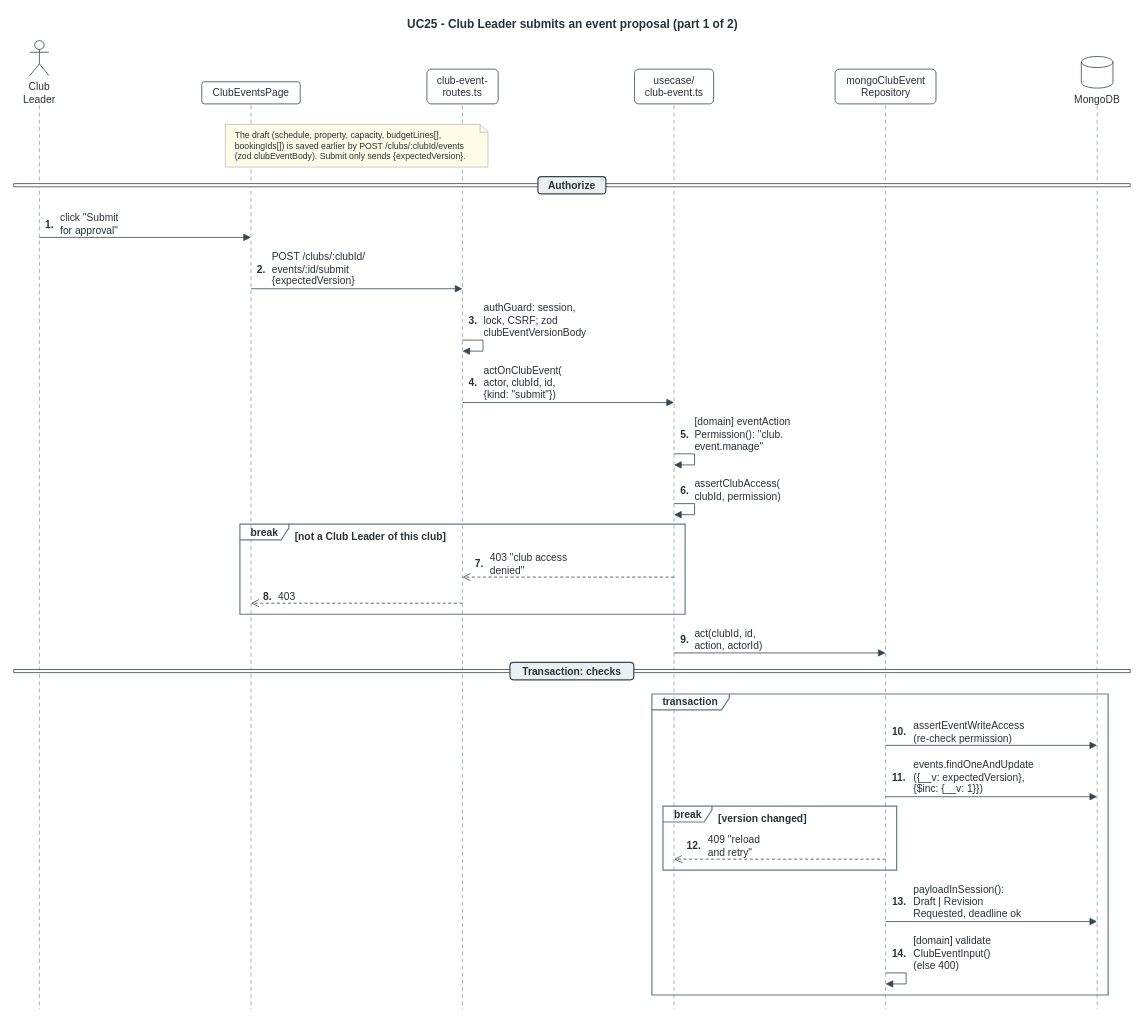
Above: page "05 Submit event proposal (1/2)" (11 of 20) of docs/03-diagrams/UCMS_Sequence_Diagrams.drawio in nvdekay/ClubManagementSystem (draw.io), before the change. Source tidied: cells renumbered, new cells numbered last; positions are measured from the earlier drawing's top-left corner, leaving out a move shared by most shapes. Both pictures are drawn from the tidied source at 79%, with x=0, y=0 at pixel (13, 13).
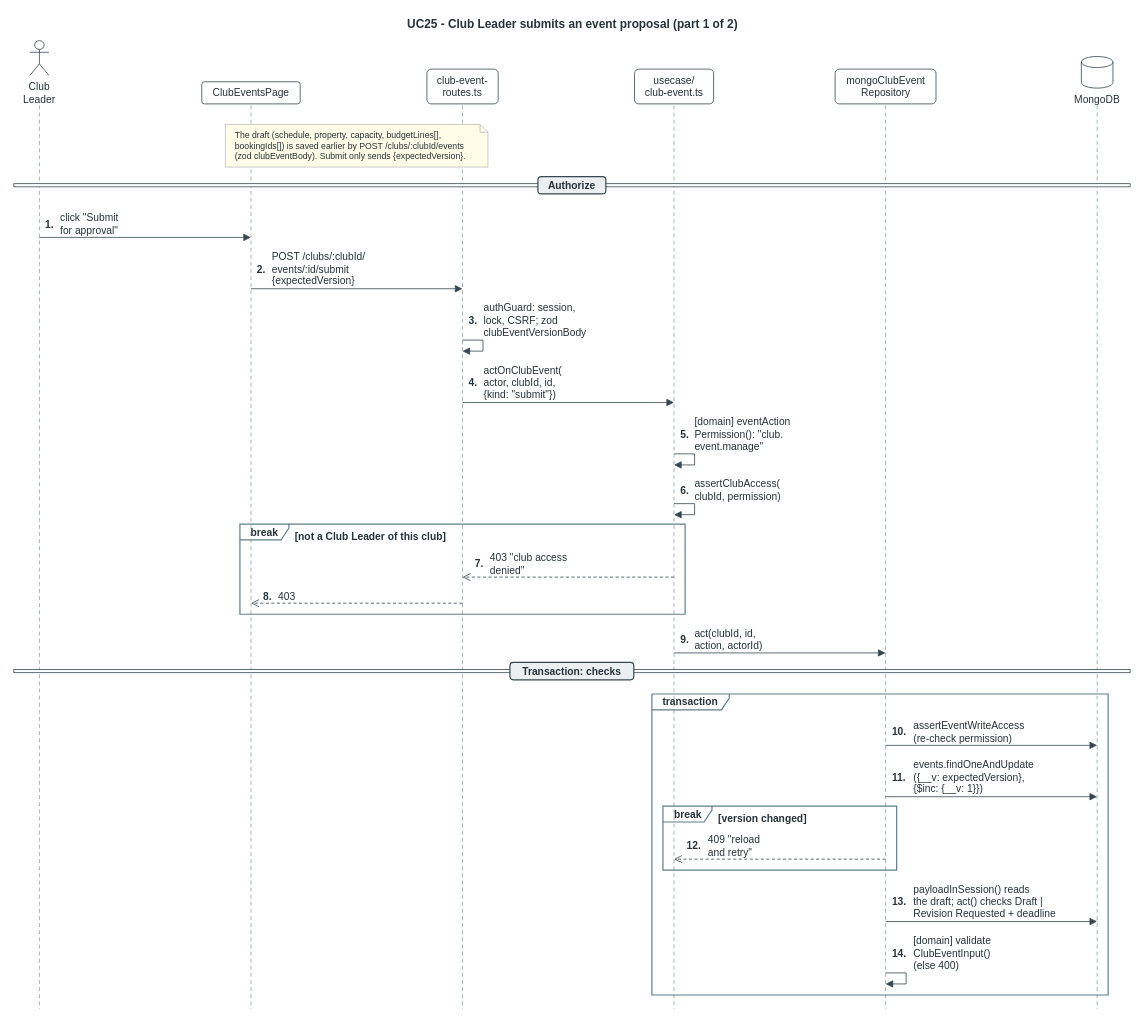
Above is the later version.

Diff of the diagram source:
```diff
@@
-    <mxCell id="62" value="payloadInSession():&lt;br&gt;Draft | Revision&lt;br&gt;Requested, deadline ok" style="text;html=1;align=left;verticalAlign=top;spacing=0;whiteSpace=nowrap;fontFamily=Arial;fontSize=13;fontColor=#263238;fillColor=#FFFFFF;" parent="1" vertex="1">
-      <mxGeometry x="1138.6" y="1096" width="146.8" height="48" as="geometry" />
+    <mxCell id="62" value="payloadInSession() reads&lt;br&gt;the draft; act() checks Draft |&lt;br&gt;Revision Requested + deadline" style="text;html=1;align=left;verticalAlign=top;spacing=0;whiteSpace=nowrap;fontFamily=Arial;fontSize=13;fontColor=#263238;fillColor=#FFFFFF;" parent="1" vertex="1">
+      <mxGeometry x="1138.6" y="1096" width="215" height="48" as="geometry" />
     </mxCell>
```
